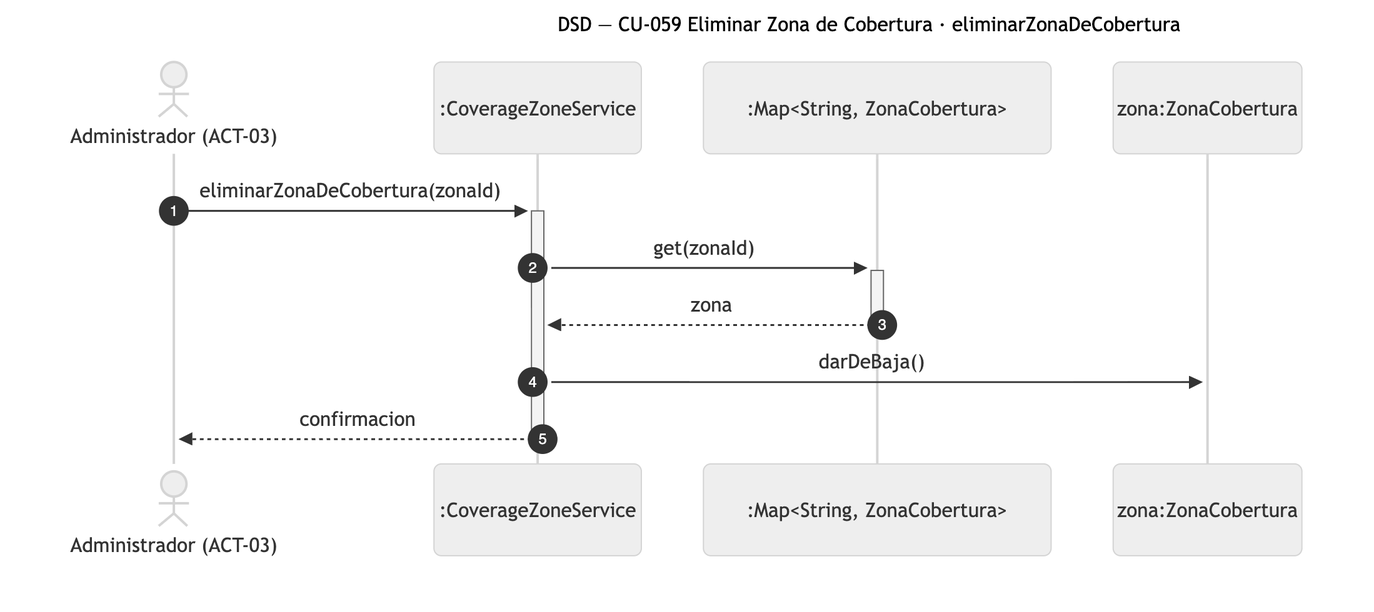
The Mermaid diagram diagramas/png/DSD_CU-059_eliminarZonaDeCobertura.png in Nahuelito-Dev/splg-docs, before a commit. Its source is kept beside it as diagramas/DSD_CU-059_eliminarZonaDeCobertura.mmd. Source of this version:
```mermaid
sequenceDiagram
    title DSD — CU-059 Eliminar Zona de Cobertura · eliminarZonaDeCobertura
    autonumber
    actor ADM as Administrador (ACT-03)
    participant SRV as :CoverageZoneService
    participant COL as :Map#lt;String, ZonaCobertura#gt;
    participant ZON as zona:ZonaCobertura

    ADM->>+SRV: eliminarZonaDeCobertura(zonaId)
    SRV->>+COL: get(zonaId)
    COL-->>-SRV: zona
    SRV->>ZON: darDeBaja()
    SRV-->>-ADM: confirmacion
```
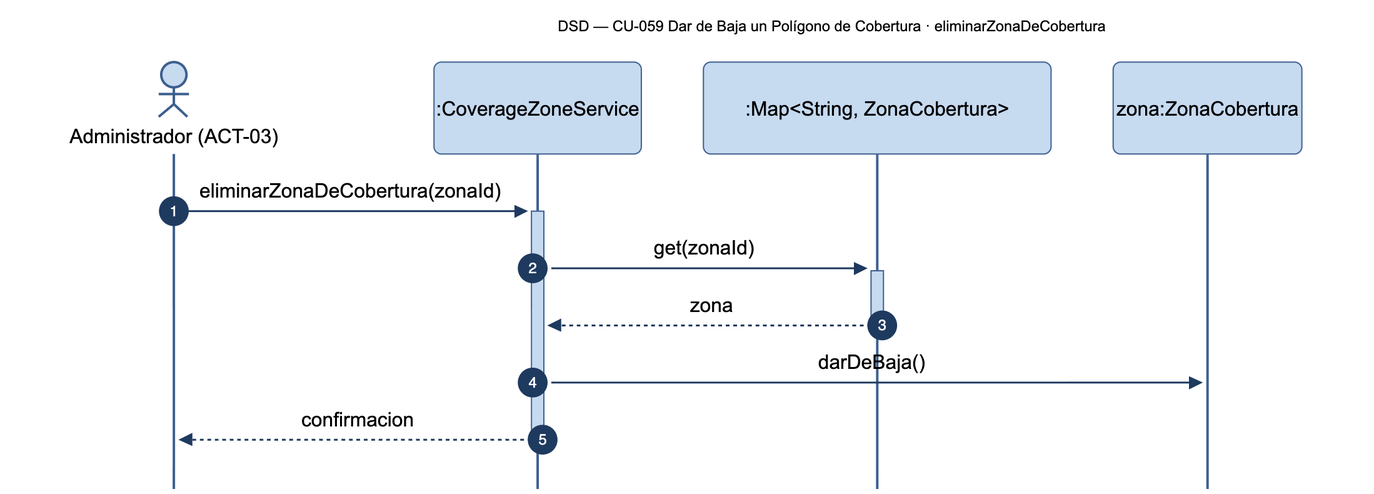
The same file after the commit.

The edit, as a diff of the source:
```diff
@@ -1,5 +1,5 @@
 sequenceDiagram
-    title DSD — CU-059 Eliminar Zona de Cobertura · eliminarZonaDeCobertura
+    title DSD — CU-059 Dar de Baja un Polígono de Cobertura · eliminarZonaDeCobertura
     autonumber
     actor ADM as Administrador (ACT-03)
     participant SRV as :CoverageZoneService
```
